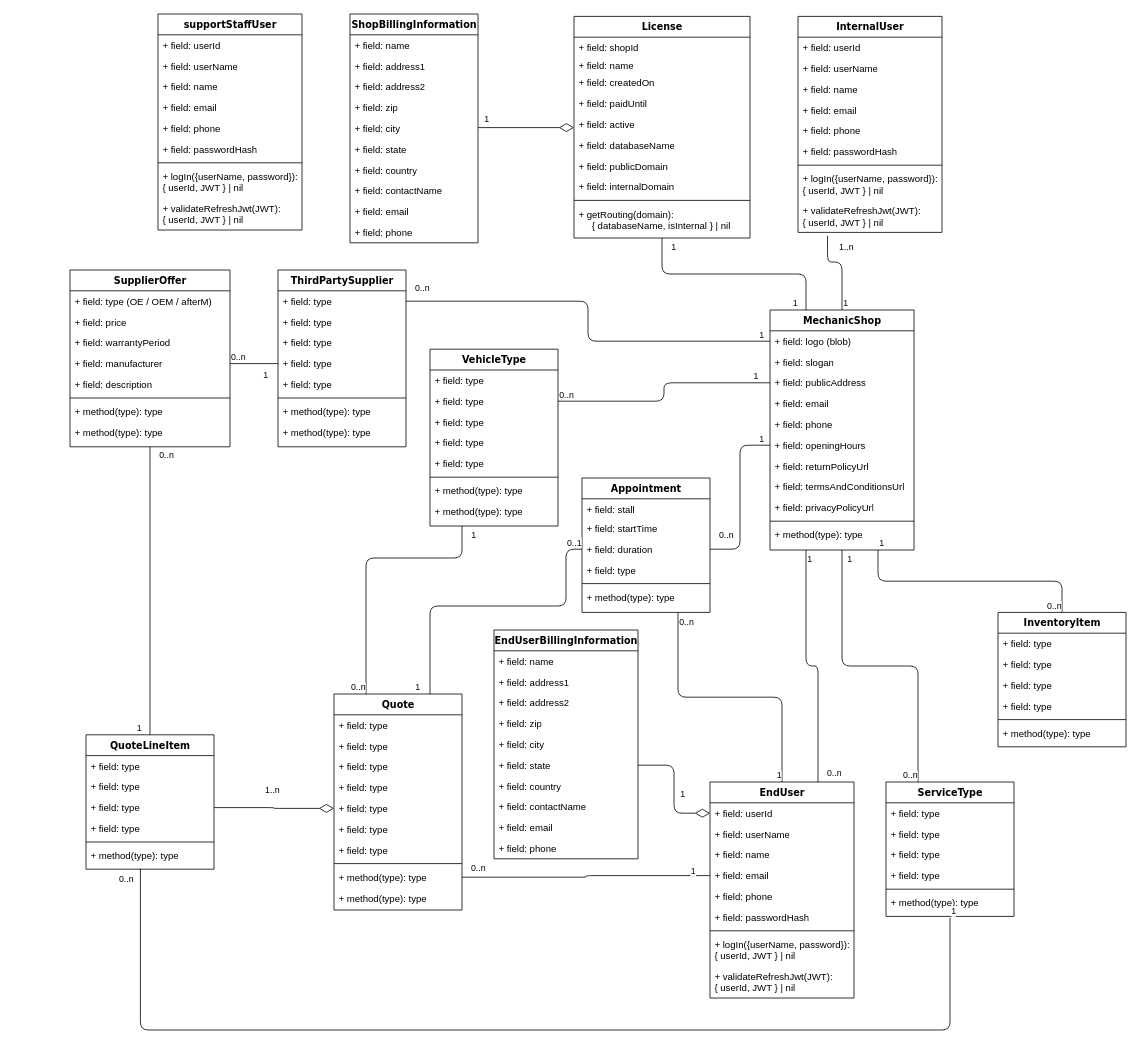
The draw.io diagram Class_Diagrams/ClassDiagram.drawio in Awrmani/AutoQuotes, before the edit. Source tidied: cells renumbered, new cells numbered last; positions are measured from the earlier drawing's top-left corner, leaving out a move shared by most shapes. Both pictures are drawn from the tidied source at 80%, with x=0, y=0 at pixel (70, 14).
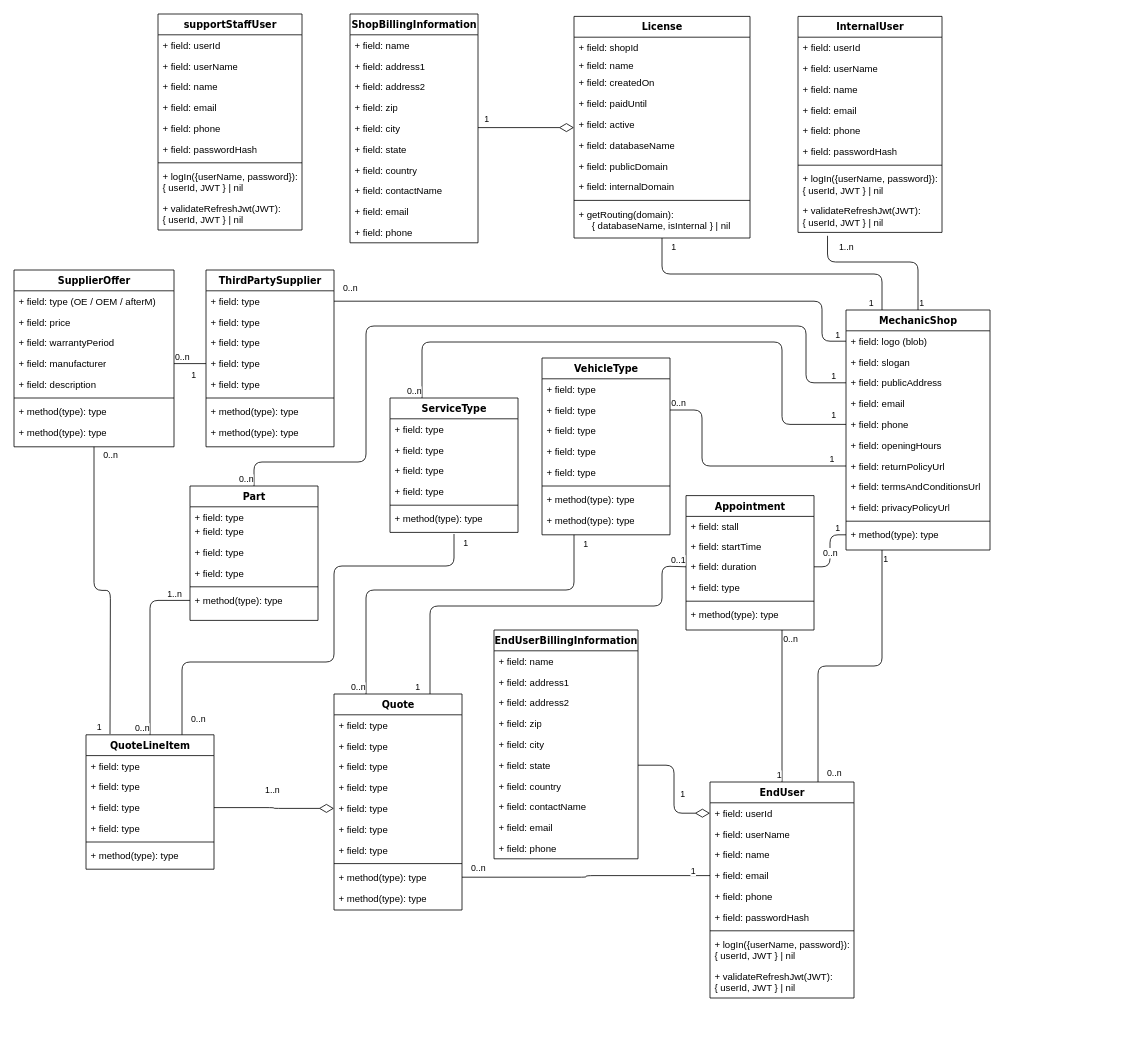
Above is the later version.

Commit message:
improvement: Class diagram

The change refers to these unchanged cells:
```xml
<mxCell id="35" value="+ field: logo (blob)" style="text;html=1;strokeColor=none;fillColor=none;align=left;verticalAlign=top;spacingLeft=4;spacingRight=4;whiteSpace=wrap;overflow=hidden;points=[[0,0.5],[1,0.5]];portConstraint=eastwest;" parent="34" vertex="1">
  <mxGeometry y="26" width="180" height="26" as="geometry" />
</mxCell>
<mxCell id="37" value="+ field: publicAddress" style="text;html=1;strokeColor=none;fillColor=none;align=left;verticalAlign=top;spacingLeft=4;spacingRight=4;whiteSpace=wrap;overflow=hidden;points=[[0,0.5],[1,0.5]];portConstraint=eastwest;" parent="34" vertex="1">
  <mxGeometry y="78" width="180" height="26" as="geometry" />
</mxCell>
<mxCell id="39" value="+ field: phone" style="text;html=1;strokeColor=none;fillColor=none;align=left;verticalAlign=top;spacingLeft=4;spacingRight=4;whiteSpace=wrap;overflow=hidden;points=[[0,0.5],[1,0.5]];portConstraint=eastwest;" parent="34" vertex="1">
  <mxGeometry y="130" width="180" height="26" as="geometry" />
</mxCell>
<mxCell id="40" value="+ field: openingHours" style="text;html=1;strokeColor=none;fillColor=none;align=left;verticalAlign=top;spacingLeft=4;spacingRight=4;whiteSpace=wrap;overflow=hidden;points=[[0,0.5],[1,0.5]];portConstraint=eastwest;" parent="34" vertex="1">
  <mxGeometry y="156" width="180" height="26" as="geometry" />
</mxCell>
<mxCell id="41" value="+ field: returnPolicyUrl" style="text;html=1;strokeColor=none;fillColor=none;align=left;verticalAlign=top;spacingLeft=4;spacingRight=4;whiteSpace=wrap;overflow=hidden;points=[[0,0.5],[1,0.5]];portConstraint=eastwest;" parent="34" vertex="1">
  <mxGeometry y="182" width="180" height="26" as="geometry" />
</mxCell>
<mxCell id="45" value="+ method(type): type" style="text;html=1;strokeColor=none;fillColor=none;align=left;verticalAlign=top;spacingLeft=4;spacingRight=4;whiteSpace=wrap;overflow=hidden;points=[[0,0.5],[1,0.5]];portConstraint=eastwest;" parent="34" vertex="1">
  <mxGeometry y="268" width="180" height="26" as="geometry" />
</mxCell>
<mxCell id="46" value="Quote" style="swimlane;html=1;fontStyle=1;align=center;verticalAlign=top;horizontal=1;startSize=26;swimlaneFillColor=#ffffff;rounded=0;shadow=0;comic=0;labelBackgroundColor=none;strokeWidth=1;fillColor=none;fontFamily=Verdana;fontSize=12;" parent="1" vertex="1">
  <mxGeometry x="330" y="850" width="160" height="270" as="geometry" />
</mxCell>
<mxCell id="57" value="QuoteLineItem" style="swimlane;html=1;fontStyle=1;align=center;verticalAlign=top;horizontal=1;startSize=26;swimlaneFillColor=#ffffff;rounded=0;shadow=0;comic=0;labelBackgroundColor=none;strokeWidth=1;fillColor=none;fontFamily=Verdana;fontSize=12;" parent="1" vertex="1">
  <mxGeometry x="20" y="901" width="160" height="168" as="geometry" />
</mxCell>
<mxCell id="63" value="+ method(type): type" style="text;html=1;strokeColor=none;fillColor=none;align=left;verticalAlign=top;spacingLeft=4;spacingRight=4;whiteSpace=wrap;overflow=hidden;points=[[0,0.5],[1,0.5]];portConstraint=eastwest;" parent="57" vertex="1">
  <mxGeometry y="138" width="160" height="26" as="geometry" />
</mxCell>
<mxCell id="78" value="+ validateRefreshJwt(JWT):&lt;br&gt;{ userId, JWT }&amp;nbsp;| nil" style="text;html=1;strokeColor=none;fillColor=none;align=left;verticalAlign=top;spacingLeft=4;spacingRight=4;whiteSpace=wrap;overflow=hidden;points=[[0,0.5],[1,0.5]];portConstraint=eastwest;" parent="69" vertex="1">
  <mxGeometry y="230" width="180" height="40" as="geometry" />
</mxCell>
<mxCell id="114" value="+ field: duration" style="text;html=1;strokeColor=none;fillColor=none;align=left;verticalAlign=top;spacingLeft=4;spacingRight=4;whiteSpace=wrap;overflow=hidden;points=[[0,0.5],[1,0.5]];portConstraint=eastwest;" parent="111" vertex="1">
  <mxGeometry y="76" width="160" height="26" as="geometry" />
</mxCell>
<mxCell id="131" value="+ field: type" style="text;html=1;strokeColor=none;fillColor=none;align=left;verticalAlign=top;spacingLeft=4;spacingRight=4;whiteSpace=wrap;overflow=hidden;points=[[0,0.5],[1,0.5]];portConstraint=eastwest;" parent="130" vertex="1">
  <mxGeometry y="26" width="160" height="26" as="geometry" />
</mxCell>
<mxCell id="159" value="+ field: type" style="text;html=1;strokeColor=none;fillColor=none;align=left;verticalAlign=top;spacingLeft=4;spacingRight=4;whiteSpace=wrap;overflow=hidden;points=[[0,0.5],[1,0.5]];portConstraint=eastwest;" parent="157" vertex="1">
  <mxGeometry y="52" width="160" height="26" as="geometry" />
</mxCell>
<mxCell id="178" value="+ method(type): type" style="text;html=1;strokeColor=none;fillColor=none;align=left;verticalAlign=top;spacingLeft=4;spacingRight=4;whiteSpace=wrap;overflow=hidden;points=[[0,0.5],[1,0.5]];portConstraint=eastwest;" parent="172" vertex="1">
  <mxGeometry y="138" width="160" height="26" as="geometry" />
</mxCell>
```

The edit, as a diff of the source:
```diff
@@
     <mxCell id="34" value="MechanicShop" style="swimlane;html=1;fontStyle=1;align=center;verticalAlign=top;horizontal=1;startSize=26;swimlaneFillColor=#ffffff;rounded=0;shadow=0;comic=0;labelBackgroundColor=none;strokeWidth=1;fillColor=none;fontFamily=Verdana;fontSize=12;" parent="1" vertex="1">
-      <mxGeometry x="875" y="370" width="180" height="300" as="geometry" />
+      <mxGeometry x="970" y="370" width="180" height="300" as="geometry" />
     </mxCell>
@@
     <mxCell id="79" style="endArrow=none;html=1;edgeStyle=orthogonalEdgeStyle;rounded=1;exitX=0.5;exitY=0;exitDx=0;exitDy=0;entryX=0.205;entryY=1.107;entryDx=0;entryDy=0;entryPerimeter=0;" parent="1" edge="1" source="34" target="78">
       <mxGeometry relative="1" as="geometry">
         <Array as="points">
-          <mxPoint x="965" y="310" />
+          <mxPoint x="1060" y="310" />
           <mxPoint x="947" y="310" />
         </Array>
       </mxGeometry>
     </mxCell>
@@
     <mxCell id="111" value="Appointment" style="swimlane;html=1;fontStyle=1;align=center;verticalAlign=top;horizontal=1;startSize=26;swimlaneFillColor=#ffffff;rounded=0;shadow=0;comic=0;labelBackgroundColor=none;strokeWidth=1;fillColor=none;fontFamily=Verdana;fontSize=12;" parent="1" vertex="1">
-      <mxGeometry x="640" y="580" width="160" height="168" as="geometry" />
+      <mxGeometry x="770" y="602" width="160" height="168" as="geometry" />
     </mxCell>
@@
-    <mxCell id="121" style="endArrow=none;html=1;edgeStyle=orthogonalEdgeStyle;rounded=1;startSize=8;endSize=16;strokeColor=default;exitX=0;exitY=0.5;exitDx=0;exitDy=0;entryX=1;entryY=0.5;entryDx=0;entryDy=0;" parent="1" edge="1" source="40" target="114">
+    <mxCell id="121" style="endArrow=none;html=1;edgeStyle=orthogonalEdgeStyle;rounded=1;startSize=8;endSize=16;strokeColor=default;exitX=0;exitY=0.5;exitDx=0;exitDy=0;entryX=1;entryY=0.5;entryDx=0;entryDy=0;" parent="1" edge="1" source="45" target="114">
       <mxGeometry relative="1" as="geometry" />
     </mxCell>
@@
     <mxCell id="124" style="endArrow=none;html=1;edgeStyle=orthogonalEdgeStyle;rounded=1;startSize=8;endSize=16;strokeColor=default;entryX=0;entryY=0.5;entryDx=0;entryDy=0;exitX=0.75;exitY=0;exitDx=0;exitDy=0;" parent="1" edge="1" source="46" target="114">
       <mxGeometry relative="1" as="geometry">
         <Array as="points">
           <mxPoint x="450" y="740" />
-          <mxPoint x="620" y="740" />
-          <mxPoint x="620" y="669" />
+          <mxPoint x="740" y="740" />
+          <mxPoint x="740" y="690" />
+          <mxPoint x="770" y="690" />
         </Array>
       </mxGeometry>
     </mxCell>
@@
     <mxCell id="130" value="ThirdPartySupplier" style="swimlane;html=1;fontStyle=1;align=center;verticalAlign=top;horizontal=1;startSize=26;swimlaneFillColor=#ffffff;rounded=0;shadow=0;comic=0;labelBackgroundColor=none;strokeWidth=1;fillColor=none;fontFamily=Verdana;fontSize=12;" parent="1" vertex="1">
-      <mxGeometry x="260" y="320" width="160" height="221" as="geometry" />
+      <mxGeometry x="170" y="320" width="160" height="221" as="geometry" />
     </mxCell>
@@
     <mxCell id="139" style="endArrow=none;html=1;edgeStyle=orthogonalEdgeStyle;rounded=1;startSize=8;endSize=16;strokeColor=default;exitX=0;exitY=0.5;exitDx=0;exitDy=0;entryX=1;entryY=0.5;entryDx=0;entryDy=0;" parent="1" edge="1" source="35" target="131">
-      <mxGeometry relative="1" as="geometry" />
+      <mxGeometry relative="1" as="geometry">
+        <Array as="points">
+          <mxPoint x="940" y="409" />
+          <mxPoint x="940" y="359" />
+        </Array>
+      </mxGeometry>
     </mxCell>
@@
     <mxCell id="142" value="SupplierOffer" style="swimlane;html=1;fontStyle=1;align=center;verticalAlign=top;horizontal=1;startSize=26;swimlaneFillColor=#ffffff;rounded=0;shadow=0;comic=0;labelBackgroundColor=none;strokeWidth=1;fillColor=none;fontFamily=Verdana;fontSize=12;" parent="1" vertex="1">
-      <mxGeometry y="320" width="200" height="221" as="geometry" />
+      <mxGeometry x="-70" y="320" width="200" height="221" as="geometry" />
     </mxCell>
@@
-    <mxCell id="154" style="endArrow=none;html=1;edgeStyle=orthogonalEdgeStyle;rounded=1;startSize=8;endSize=16;strokeColor=default;exitX=0.5;exitY=1;exitDx=0;exitDy=0;entryX=0.5;entryY=0;entryDx=0;entryDy=0;" parent="1" edge="1" source="142" target="57">
-      <mxGeometry relative="1" as="geometry" />
+    <mxCell id="154" style="endArrow=none;html=1;edgeStyle=orthogonalEdgeStyle;rounded=1;startSize=8;endSize=16;strokeColor=default;exitX=0.5;exitY=1;exitDx=0;exitDy=0;" parent="1" edge="1" source="142">
+      <mxGeometry relative="1" as="geometry">
+        <mxPoint x="50" y="900" as="targetPoint" />
+      </mxGeometry>
     </mxCell>
@@
     <mxCell id="157" value="VehicleType" style="swimlane;html=1;fontStyle=1;align=center;verticalAlign=top;horizontal=1;startSize=26;swimlaneFillColor=#ffffff;rounded=0;shadow=0;comic=0;labelBackgroundColor=none;strokeWidth=1;fillColor=none;fontFamily=Verdana;fontSize=12;" parent="1" vertex="1">
-      <mxGeometry x="450" y="419" width="160" height="221" as="geometry" />
+      <mxGeometry x="590" y="430" width="160" height="221" as="geometry" />
     </mxCell>
@@
     <mxCell id="166" style="endArrow=none;html=1;edgeStyle=orthogonalEdgeStyle;rounded=1;startSize=8;endSize=16;strokeColor=default;exitX=0.25;exitY=1;exitDx=0;exitDy=0;entryX=0.25;entryY=0;entryDx=0;entryDy=0;" parent="1" edge="1" source="157" target="46">
       <mxGeometry relative="1" as="geometry">
         <Array as="points">
-          <mxPoint x="490" y="680" />
-          <mxPoint x="370" y="680" />
+          <mxPoint x="630" y="720" />
+          <mxPoint x="370" y="720" />
         </Array>
       </mxGeometry>
     </mxCell>
@@
-    <mxCell id="169" style="endArrow=none;html=1;edgeStyle=orthogonalEdgeStyle;rounded=1;startSize=8;endSize=16;strokeColor=default;exitX=1;exitY=0.5;exitDx=0;exitDy=0;entryX=0;entryY=0.5;entryDx=0;entryDy=0;" parent="1" edge="1" source="159" target="37">
-      <mxGeometry relative="1" as="geometry" />
+    <mxCell id="169" style="endArrow=none;html=1;edgeStyle=orthogonalEdgeStyle;rounded=1;startSize=8;endSize=16;strokeColor=default;exitX=1;exitY=0.5;exitDx=0;exitDy=0;entryX=0;entryY=0.5;entryDx=0;entryDy=0;" parent="1" edge="1" source="159" target="41">
+      <mxGeometry relative="1" as="geometry">
+        <Array as="points">
+          <mxPoint x="790" y="495" />
+          <mxPoint x="790" y="565" />
+        </Array>
+      </mxGeometry>
     </mxCell>
@@
     <mxCell id="172" value="ServiceType" style="swimlane;html=1;fontStyle=1;align=center;verticalAlign=top;horizontal=1;startSize=26;swimlaneFillColor=#ffffff;rounded=0;shadow=0;comic=0;labelBackgroundColor=none;strokeWidth=1;fillColor=none;fontFamily=Verdana;fontSize=12;" parent="1" vertex="1">
-      <mxGeometry x="1020" y="960" width="160" height="168" as="geometry" />
+      <mxGeometry x="400" y="480" width="160" height="168" as="geometry" />
     </mxCell>
@@
-    <mxCell id="179" style="endArrow=none;html=1;edgeStyle=orthogonalEdgeStyle;rounded=1;startSize=8;endSize=16;strokeColor=default;exitX=0.5;exitY=1;exitDx=0;exitDy=0;entryX=0.25;entryY=0;entryDx=0;entryDy=0;" parent="1" edge="1" source="34" target="172">
-      <mxGeometry relative="1" as="geometry" />
+    <mxCell id="179" style="endArrow=none;html=1;edgeStyle=orthogonalEdgeStyle;rounded=1;startSize=8;endSize=16;strokeColor=default;exitX=0;exitY=0.5;exitDx=0;exitDy=0;entryX=0.25;entryY=0;entryDx=0;entryDy=0;" parent="1" edge="1" source="39" target="172">
+      <mxGeometry relative="1" as="geometry">
+        <Array as="points">
+          <mxPoint x="890" y="513" />
+          <mxPoint x="890" y="410" />
+          <mxPoint x="440" y="410" />
+        </Array>
+      </mxGeometry>
     </mxCell>
     <mxCell id="180" value="1" style="edgeLabel;html=1;align=left;verticalAlign=bottom;" parent="179" vertex="1">
       <mxGeometry x="-1" relative="1" as="geometry">
-        <mxPoint x="5" y="20" as="offset" />
+        <mxPoint x="-20" y="-3" as="offset" />
       </mxGeometry>
     </mxCell>
@@
-    <mxCell id="182" style="endArrow=none;html=1;edgeStyle=orthogonalEdgeStyle;rounded=1;startSize=8;endSize=16;strokeColor=default;exitX=0.5;exitY=1.231;exitDx=0;exitDy=0;entryX=0.425;entryY=1.125;entryDx=0;entryDy=0;entryPerimeter=0;exitPerimeter=0;" parent="1" edge="1" source="178" target="63">
+    <mxCell id="182" style="endArrow=none;html=1;edgeStyle=orthogonalEdgeStyle;rounded=1;startSize=8;endSize=16;strokeColor=default;exitX=0.5;exitY=1.231;exitDx=0;exitDy=0;entryX=0.75;entryY=0;entryDx=0;entryDy=0;exitPerimeter=0;" parent="1" edge="1" source="178" target="57">
       <mxGeometry relative="1" as="geometry">
         <Array as="points">
-          <mxPoint x="1100" y="1270" />
-          <mxPoint x="88" y="1270" />
+          <mxPoint x="480" y="690" />
+          <mxPoint x="330" y="690" />
+          <mxPoint x="330" y="810" />
+          <mxPoint x="140" y="810" />
         </Array>
       </mxGeometry>
     </mxCell>
     <mxCell id="183" value="1" style="edgeLabel;html=1;align=left;verticalAlign=bottom;" parent="182" vertex="1">
-      <mxGeometry x="-1" relative="1" as="geometry" />
+      <mxGeometry x="-1" relative="1" as="geometry">
+        <mxPoint x="10" y="20" as="offset" />
+      </mxGeometry>
     </mxCell>
     <mxCell id="184" value="0..n" style="edgeLabel;html=1;align=right;verticalAlign=bottom;" parent="182" vertex="1">
       <mxGeometry x="1" relative="1" as="geometry">
-        <mxPoint x="-8" y="22" as="offset" />
+        <mxPoint x="30" y="-11" as="offset" />
       </mxGeometry>
     </mxCell>
-    <mxCell id="185" value="InventoryItem" style="swimlane;html=1;fontStyle=1;align=center;verticalAlign=top;horizontal=1;startSize=26;swimlaneFillColor=#ffffff;rounded=0;shadow=0;comic=0;labelBackgroundColor=none;strokeWidth=1;fillColor=none;fontFamily=Verdana;fontSize=12;" parent="1" vertex="1">
-      <mxGeometry x="1160" y="748" width="160" height="168" as="geometry" />
+    <mxCell id="185" value="Part" style="swimlane;html=1;fontStyle=1;align=center;verticalAlign=top;horizontal=1;startSize=26;swimlaneFillColor=#ffffff;rounded=0;shadow=0;comic=0;labelBackgroundColor=none;strokeWidth=1;fillColor=none;fontFamily=Verdana;fontSize=12;" parent="1" vertex="1">
+      <mxGeometry x="150" y="590" width="160" height="168" as="geometry" />
     </mxCell>
     <mxCell id="186" value="+ field: type" style="text;html=1;strokeColor=none;fillColor=none;align=left;verticalAlign=top;spacingLeft=4;spacingRight=4;whiteSpace=wrap;overflow=hidden;" parent="185" vertex="1">
-      <mxGeometry y="26" width="160" height="26" as="geometry" />
+      <mxGeometry y="26" width="160" height="18" as="geometry" />
     </mxCell>
     <mxCell id="187" value="+ field: type" style="text;html=1;strokeColor=none;fillColor=none;align=left;verticalAlign=top;spacingLeft=4;spacingRight=4;whiteSpace=wrap;overflow=hidden;" parent="185" vertex="1">
-      <mxGeometry y="52" width="160" height="26" as="geometry" />
+      <mxGeometry y="44" width="160" height="26" as="geometry" />
     </mxCell>
     <mxCell id="188" value="+ field: type" style="text;html=1;strokeColor=none;fillColor=none;align=left;verticalAlign=top;spacingLeft=4;spacingRight=4;whiteSpace=wrap;overflow=hidden;" parent="185" vertex="1">
-      <mxGeometry y="78" width="160" height="26" as="geometry" />
+      <mxGeometry y="70" width="160" height="26" as="geometry" />
     </mxCell>
     <mxCell id="189" value="+ field: type" style="text;html=1;strokeColor=none;fillColor=none;align=left;verticalAlign=top;spacingLeft=4;spacingRight=4;whiteSpace=wrap;overflow=hidden;" parent="185" vertex="1">
-      <mxGeometry y="104" width="160" height="26" as="geometry" />
+      <mxGeometry y="96" width="160" height="26" as="geometry" />
     </mxCell>
     <mxCell id="190" style="line;html=1;strokeWidth=1;fillColor=none;align=left;verticalAlign=middle;spacingTop=-1;spacingLeft=3;spacingRight=3;labelPosition=right;" parent="185" vertex="1">
-      <mxGeometry y="130" width="160" height="8" as="geometry" />
+      <mxGeometry y="122" width="160" height="8" as="geometry" />
     </mxCell>
     <mxCell id="191" value="+ method(type): type" style="text;html=1;strokeColor=none;fillColor=none;align=left;verticalAlign=top;spacingLeft=4;spacingRight=4;whiteSpace=wrap;overflow=hidden;points=[[0,0.5],[1,0.5]];portConstraint=eastwest;" parent="185" vertex="1">
-      <mxGeometry y="138" width="160" height="26" as="geometry" />
+      <mxGeometry y="130" width="160" height="26" as="geometry" />
     </mxCell>
-    <mxCell id="192" style="endArrow=none;html=1;edgeStyle=orthogonalEdgeStyle;rounded=1;startSize=8;endSize=16;strokeColor=default;exitX=0.75;exitY=1;exitDx=0;exitDy=0;entryX=0.5;entryY=0;entryDx=0;entryDy=0;" parent="1" edge="1" source="34" target="185">
-      <mxGeometry relative="1" as="geometry" />
+    <mxCell id="192" style="endArrow=none;html=1;edgeStyle=orthogonalEdgeStyle;rounded=1;startSize=8;endSize=16;strokeColor=default;exitX=0;exitY=0.5;exitDx=0;exitDy=0;entryX=0.5;entryY=0;entryDx=0;entryDy=0;" parent="1" edge="1" source="37" target="185">
+      <mxGeometry relative="1" as="geometry">
+        <Array as="points">
+          <mxPoint x="920" y="461" />
+          <mxPoint x="920" y="390" />
+          <mxPoint x="370" y="390" />
+          <mxPoint x="370" y="560" />
+          <mxPoint x="230" y="560" />
+        </Array>
+      </mxGeometry>
     </mxCell>
     <mxCell id="193" value="1" style="edgeLabel;html=1;align=left;verticalAlign=bottom;" parent="192" vertex="1">
-      <mxGeometry x="-1" relative="1" as="geometry" />
+      <mxGeometry x="-1" relative="1" as="geometry">
+        <mxPoint x="-20" as="offset" />
+      </mxGeometry>
     </mxCell>
@@
+    <mxCell id="195" style="endArrow=none;html=1;edgeStyle=orthogonalEdgeStyle;rounded=1;exitX=0;exitY=0.5;exitDx=0;exitDy=0;entryX=0.5;entryY=0;entryDx=0;entryDy=0;" parent="1" edge="1" source="191" target="57">
+      <mxGeometry relative="1" as="geometry" />
+    </mxCell>
+    <mxCell id="196" value="1..n" style="edgeLabel;html=1;align=left;verticalAlign=bottom;" parent="195" vertex="1">
+      <mxGeometry x="-1" relative="1" as="geometry">
+        <mxPoint x="-30" as="offset" />
+      </mxGeometry>
+    </mxCell>
+    <mxCell id="197" value="0..n" style="edgeLabel;html=1;align=right;verticalAlign=bottom;" parent="195" vertex="1">
+      <mxGeometry x="1" relative="1" as="geometry" />
+    </mxCell>
```
